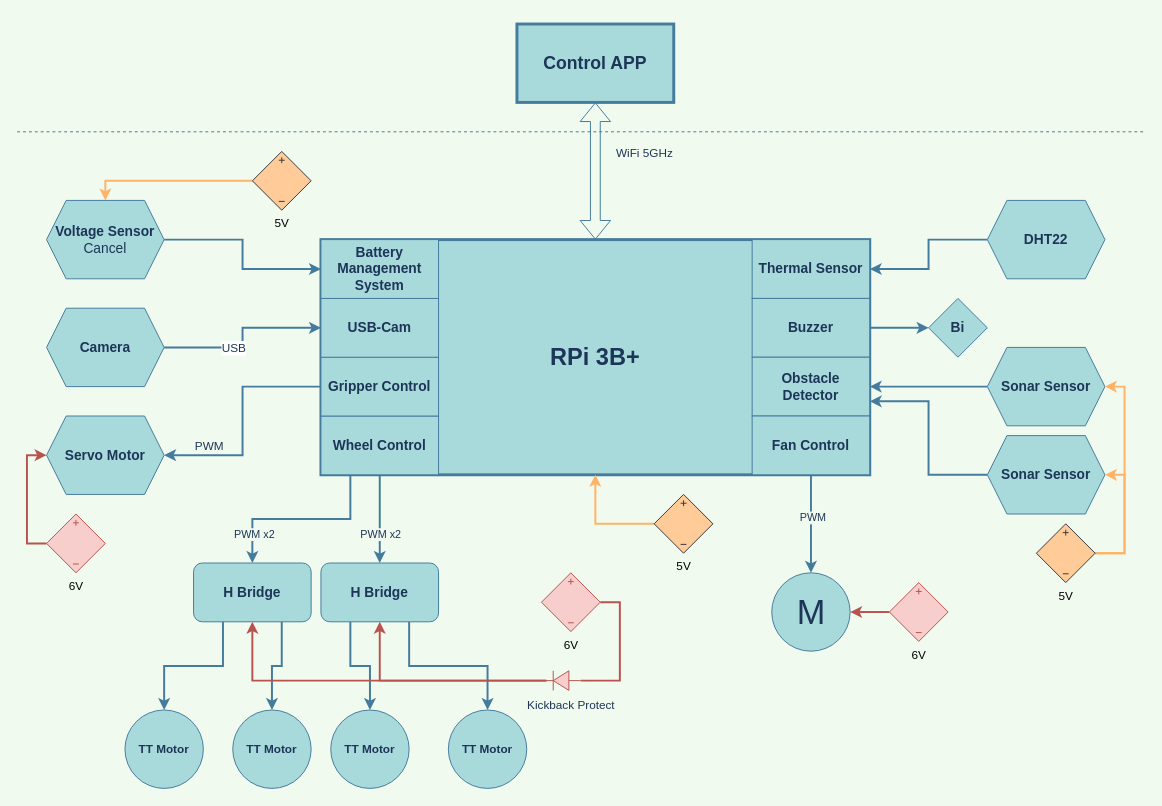
Earlier version of the draw.io diagram Project Planing/Block Diagram.drawio (WildfootW/NTU-BIME_Final-Project). Source tidied: cells renumbered, new cells numbered last; positions are measured from the earlier drawing's top-left corner, leaving out a move shared by most shapes. Both pictures are drawn from the tidied source at 98%, with x=0, y=0 at pixel (17, 24).
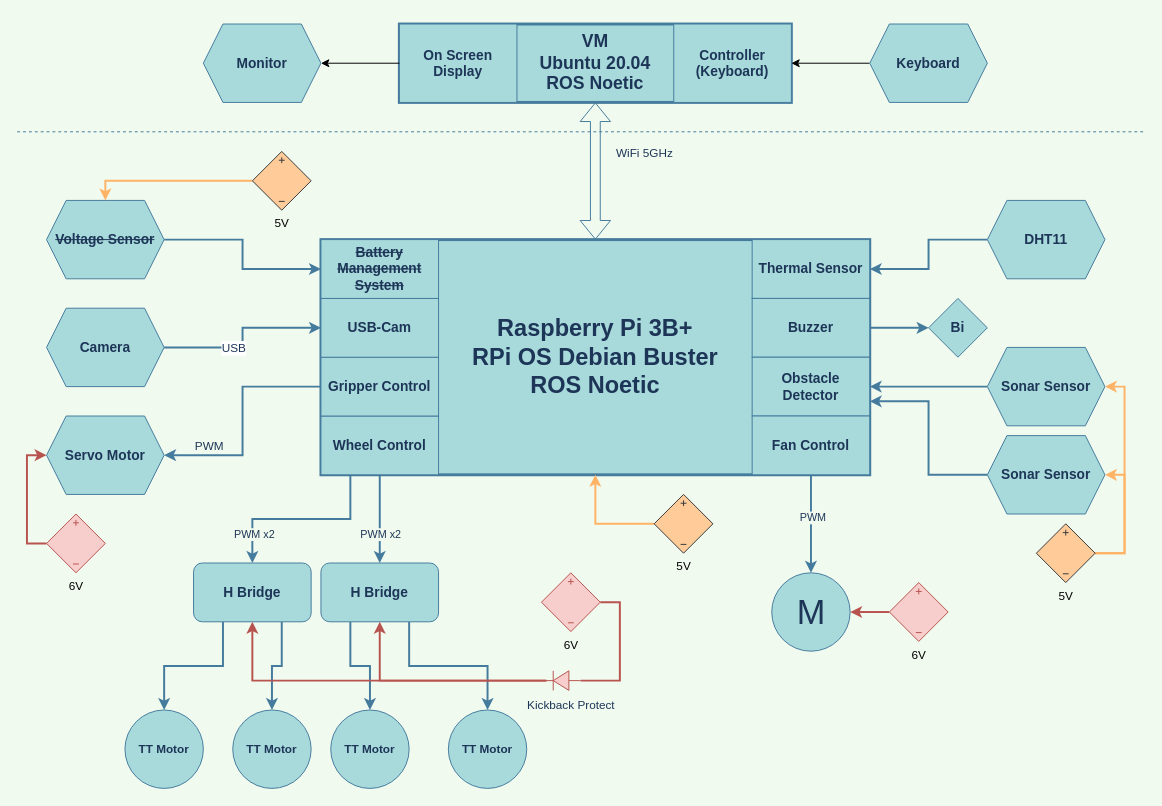
The same page after the edit.

Commit message (it also covers changes not shown here):
Block Diagram: add OS name

The edit, as a diff of the source:
```diff
@@
-    <mxCell id="2" value="&lt;h1&gt;RPi 3B+&lt;/h1&gt;" style="rounded=0;whiteSpace=wrap;html=1;strokeWidth=3;fillColor=#A8DADC;strokeColor=#457B9D;fontColor=#1D3557;" parent="1" vertex="1">
+    <mxCell id="2" value="&lt;h1&gt;Raspberry Pi 3B+&lt;br&gt;RPi OS Debian Buster&lt;br&gt;ROS Noetic&lt;/h1&gt;" style="rounded=0;whiteSpace=wrap;html=1;strokeWidth=3;fillColor=#A8DADC;strokeColor=#457B9D;fontColor=#1D3557;" parent="1" vertex="1">
       <mxGeometry x="310" y="220" width="560" height="240" as="geometry" />
     </mxCell>
-    <mxCell id="3" value="&lt;h2&gt;Control APP&lt;/h2&gt;" style="rounded=0;whiteSpace=wrap;html=1;strokeWidth=3;fillColor=#A8DADC;strokeColor=#457B9D;fontColor=#1D3557;" parent="1" vertex="1">
-      <mxGeometry x="510" width="160" height="80" as="geometry" />
+    <mxCell id="3" value="&lt;h2&gt;VM&lt;br&gt;Ubuntu 20.04&lt;br&gt;ROS Noetic&lt;/h2&gt;" style="rounded=0;whiteSpace=wrap;html=1;strokeWidth=3;fillColor=#A8DADC;strokeColor=#457B9D;fontColor=#1D3557;" parent="1" vertex="1">
+      <mxGeometry x="390" width="400" height="80" as="geometry" />
     </mxCell>
@@
-    <mxCell id="14" value="&lt;h3&gt;Battery Management System&lt;/h3&gt;" style="rounded=0;whiteSpace=wrap;html=1;strokeWidth=1;fillColor=#A8DADC;strokeColor=#457B9D;fontColor=#1D3557;" parent="1" vertex="1">
+    <mxCell id="14" value="&lt;h3&gt;&lt;strike&gt;Battery Management System&lt;/strike&gt;&lt;/h3&gt;" style="rounded=0;whiteSpace=wrap;html=1;strokeWidth=1;fillColor=#A8DADC;strokeColor=#457B9D;fontColor=#1D3557;" parent="1" vertex="1">
       <mxGeometry x="310" y="220" width="120" height="60" as="geometry" />
     </mxCell>
@@
-    <mxCell id="24" value="&lt;h3&gt;Voltage Sensor&lt;br&gt;&lt;span style=&quot;font-weight: 400;&quot;&gt;Cancel&lt;/span&gt;&lt;/h3&gt;" style="shape=hexagon;perimeter=hexagonPerimeter2;whiteSpace=wrap;html=1;fixedSize=1;strokeWidth=1;fontSize=12;fillColor=#A8DADC;strokeColor=#457B9D;fontColor=#1D3557;" parent="1" vertex="1">
+    <mxCell id="24" value="&lt;h3&gt;&lt;strike&gt;Voltage Sensor&lt;/strike&gt;&lt;br&gt;&lt;/h3&gt;" style="shape=hexagon;perimeter=hexagonPerimeter2;whiteSpace=wrap;html=1;fixedSize=1;strokeWidth=1;fontSize=12;fillColor=#A8DADC;strokeColor=#457B9D;fontColor=#1D3557;" parent="1" vertex="1">
       <mxGeometry x="30" y="180" width="120" height="80" as="geometry" />
     </mxCell>
@@
-    <mxCell id="33" value="&lt;h3&gt;DHT22&lt;/h3&gt;" style="shape=hexagon;perimeter=hexagonPerimeter2;whiteSpace=wrap;html=1;fixedSize=1;strokeWidth=1;fontSize=12;fillColor=#A8DADC;strokeColor=#457B9D;fontColor=#1D3557;" parent="1" vertex="1">
+    <mxCell id="33" value="&lt;h3&gt;DHT11&lt;/h3&gt;" style="shape=hexagon;perimeter=hexagonPerimeter2;whiteSpace=wrap;html=1;fixedSize=1;strokeWidth=1;fontSize=12;fillColor=#A8DADC;strokeColor=#457B9D;fontColor=#1D3557;" parent="1" vertex="1">
       <mxGeometry x="990" y="180" width="120" height="80" as="geometry" />
     </mxCell>
@@
+    <mxCell id="64" value="&lt;h3&gt;On Screen Display&lt;/h3&gt;" style="rounded=0;whiteSpace=wrap;html=1;strokeWidth=1;fillColor=#A8DADC;strokeColor=#457B9D;fontColor=#1D3557;" parent="1" vertex="1">
+      <mxGeometry x="390" width="120" height="80" as="geometry" />
+    </mxCell>
+    <mxCell id="65" value="&lt;h3&gt;Controller (Keyboard)&lt;/h3&gt;" style="rounded=0;whiteSpace=wrap;html=1;strokeWidth=1;fillColor=#A8DADC;strokeColor=#457B9D;fontColor=#1D3557;" parent="1" vertex="1">
+      <mxGeometry x="670" width="120" height="80" as="geometry" />
+    </mxCell>
+    <mxCell id="66" style="edgeStyle=orthogonalEdgeStyle;rounded=0;jettySize=auto;html=1;exitX=1;exitY=0.5;exitDx=0;exitDy=0;entryX=0;entryY=0.5;entryDx=0;entryDy=0;startArrow=classic;startFill=1;endArrow=none;endFill=0;" parent="1" edge="1" source="67" target="64">
+      <mxGeometry relative="1" as="geometry" />
+    </mxCell>
+    <mxCell id="67" value="&lt;h3&gt;Monitor&lt;/h3&gt;" style="shape=hexagon;perimeter=hexagonPerimeter2;whiteSpace=wrap;html=1;fixedSize=1;strokeWidth=1;fontSize=12;fillColor=#A8DADC;strokeColor=#457B9D;fontColor=#1D3557;" parent="1" vertex="1">
+      <mxGeometry x="190" width="120" height="80" as="geometry" />
+    </mxCell>
+    <mxCell id="68" style="edgeStyle=orthogonalEdgeStyle;rounded=0;jettySize=auto;html=1;exitX=0;exitY=0.5;exitDx=0;exitDy=0;entryX=1;entryY=0.5;entryDx=0;entryDy=0;" parent="1" edge="1" source="69" target="65">
+      <mxGeometry relative="1" as="geometry" />
+    </mxCell>
+    <mxCell id="69" value="&lt;h3&gt;Keyboard&lt;/h3&gt;" style="shape=hexagon;perimeter=hexagonPerimeter2;whiteSpace=wrap;html=1;fixedSize=1;strokeWidth=1;fontSize=12;fillColor=#A8DADC;strokeColor=#457B9D;fontColor=#1D3557;" parent="1" vertex="1">
+      <mxGeometry x="870" width="120" height="80" as="geometry" />
+    </mxCell>
```
